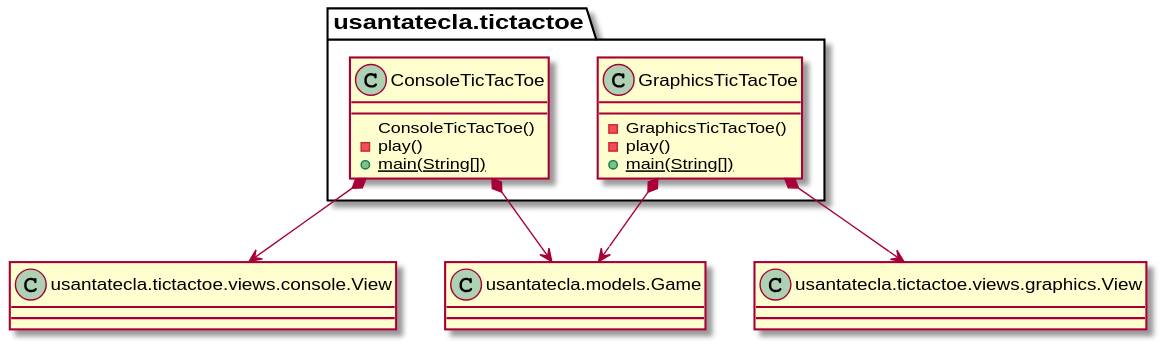
Jolucaa/USantaTecla-project-ticTacToe keeps this PlantUML diagram as documentView/withoutFactoryMethod/docs/diagrams/out/paquetes/tictactoe.svg. Above is the earlier version.
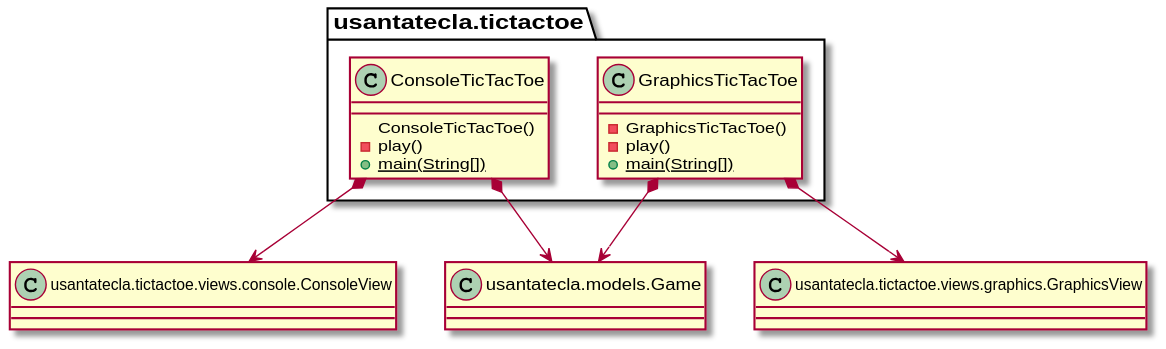
Above is the later version.

Change to the diagram source:
```diff
@@ -16,8 +16,8 @@
 }
 
 class Game as "usantatecla.models.Game"
-class consoleView as "usantatecla.tictactoe.views.console.View"
-class graphicsView as "usantatecla.tictactoe.views.graphics.View"
+class consoleView as "usantatecla.tictactoe.views.console.ConsoleView"
+class graphicsView as "usantatecla.tictactoe.views.graphics.GraphicsView"
 
 usantatecla.tictactoe.ConsoleTicTacToe *-down-> Game
 usantatecla.tictactoe.GraphicsTicTacToe *-down-> Game
```
